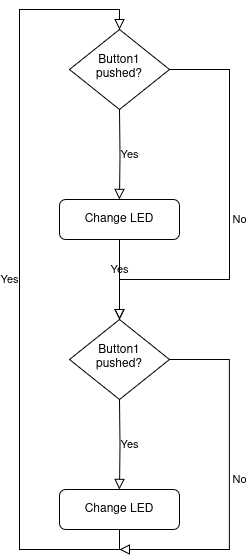
Fv197/arduino keeps this draw.io diagram as flow.png. Above is the earlier version. Source tidied: cells renumbered, new cells last; positions are measured from the earlier drawing's top-left corner, leaving out a move shared by most shapes.
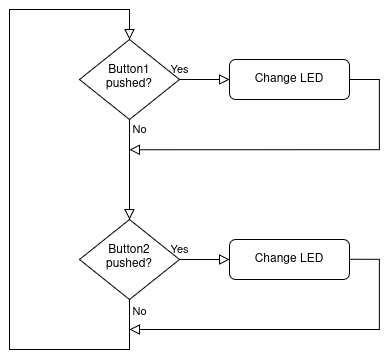
After the commit.

Change to the diagram source:
```diff
@@ -2,62 +2,61 @@
   <root>
     <mxCell id="0" />
     <mxCell id="1" parent="0" />
+    <mxCell id="12" value="No" style="rounded=0;html=1;jettySize=auto;fontSize=11;endArrow=block;endFill=0;endSize=8;strokeWidth=1;shadow=0;labelBackgroundColor=none;edgeStyle=orthogonalEdgeStyle;" parent="1" edge="1" source="2" target="18">
+      <mxGeometry x="-0.8" y="10" relative="1" as="geometry" />
+    </mxCell>
+    <mxCell id="13" value="Yes" style="edgeStyle=orthogonalEdgeStyle;rounded=0;html=1;jettySize=auto;fontSize=11;endArrow=block;endFill=0;endSize=8;strokeWidth=1;shadow=0;labelBackgroundColor=none;" parent="1" edge="1" source="2" target="14">
+      <mxGeometry x="-1" y="10" relative="1" as="geometry" />
+    </mxCell>
     <mxCell id="2" value="Button1 pushed?" style="rhombus;whiteSpace=wrap;html=1;shadow=0;fontFamily=Helvetica;fontSize=12;align=center;strokeWidth=1;spacing=6;spacingTop=-4;" parent="1" vertex="1">
       <mxGeometry x="50" y="20" width="100" height="80" as="geometry" />
     </mxCell>
-    <mxCell id="3" value="Change LED" style="rounded=1;whiteSpace=wrap;html=1;fontSize=12;glass=0;strokeWidth=1;shadow=0;" parent="1" vertex="1">
-      <mxGeometry x="40" y="190" width="120" height="40" as="geometry" />
-    </mxCell>
-    <mxCell id="4" value="Yes" style="edgeStyle=orthogonalEdgeStyle;rounded=0;html=1;jettySize=auto;fontSize=11;endArrow=block;endFill=0;endSize=8;strokeWidth=1;shadow=0;labelBackgroundColor=none;entryX=0.5;entryY=0;entryDx=0;entryDy=0;" parent="1" edge="1" target="3">
-      <mxGeometry y="10" relative="1" as="geometry">
-        <mxPoint x="100" y="100" as="sourcePoint" />
-      </mxGeometry>
-    </mxCell>
-    <mxCell id="5" value="No" style="edgeStyle=orthogonalEdgeStyle;rounded=0;html=1;jettySize=auto;orthogonalLoop=1;fontSize=11;endArrow=block;endFill=0;endSize=8;strokeWidth=1;shadow=0;labelBackgroundColor=none;entryX=0.5;entryY=0;entryDx=0;entryDy=0;" parent="1" edge="1">
-      <mxGeometry y="10" relative="1" as="geometry">
-        <mxPoint x="150" y="60" as="sourcePoint" />
-        <mxPoint x="100" y="310" as="targetPoint" />
-        <Array as="points">
-          <mxPoint x="210" y="60" />
-          <mxPoint x="210" y="270" />
-        </Array>
-      </mxGeometry>
-    </mxCell>
-    <mxCell id="6" value="Yes" style="edgeStyle=orthogonalEdgeStyle;rounded=0;html=1;jettySize=auto;fontSize=11;endArrow=block;endFill=0;endSize=8;strokeWidth=1;shadow=0;labelBackgroundColor=none;exitX=0.5;exitY=1;exitDx=0;exitDy=0;" parent="1" edge="1" source="3">
-      <mxGeometry y="10" relative="1" as="geometry">
-        <mxPoint x="100" y="310" as="targetPoint" />
-      </mxGeometry>
-    </mxCell>
-    <mxCell id="7" value="Button1 pushed?" style="rhombus;whiteSpace=wrap;html=1;shadow=0;fontFamily=Helvetica;fontSize=12;align=center;strokeWidth=1;spacing=6;spacingTop=-4;" parent="1" vertex="1">
-      <mxGeometry x="50" y="310" width="100" height="80" as="geometry" />
-    </mxCell>
-    <mxCell id="8" value="Change LED" style="rounded=1;whiteSpace=wrap;html=1;fontSize=12;glass=0;strokeWidth=1;shadow=0;" parent="1" vertex="1">
-      <mxGeometry x="40" y="480" width="120" height="40" as="geometry" />
-    </mxCell>
-    <mxCell id="9" value="Yes" style="edgeStyle=orthogonalEdgeStyle;rounded=0;html=1;jettySize=auto;fontSize=11;endArrow=block;endFill=0;endSize=8;strokeWidth=1;shadow=0;labelBackgroundColor=none;entryX=0.5;entryY=0;entryDx=0;entryDy=0;" parent="1" edge="1" target="8">
-      <mxGeometry y="10" relative="1" as="geometry">
-        <mxPoint x="100" y="390" as="sourcePoint" />
-      </mxGeometry>
-    </mxCell>
-    <mxCell id="10" value="No" style="edgeStyle=orthogonalEdgeStyle;rounded=0;html=1;jettySize=auto;orthogonalLoop=1;fontSize=11;endArrow=block;endFill=0;endSize=8;strokeWidth=1;shadow=0;labelBackgroundColor=none;" parent="1" edge="1">
-      <mxGeometry y="10" relative="1" as="geometry">
-        <mxPoint x="150" y="350" as="sourcePoint" />
-        <mxPoint x="100" y="540" as="targetPoint" />
-        <Array as="points">
-          <mxPoint x="210" y="350" />
-          <mxPoint x="210" y="540" />
-        </Array>
-      </mxGeometry>
-    </mxCell>
-    <mxCell id="11" value="Yes" style="edgeStyle=orthogonalEdgeStyle;rounded=0;html=1;jettySize=auto;fontSize=11;endArrow=block;endFill=0;endSize=8;strokeWidth=1;shadow=0;labelBackgroundColor=none;exitX=0.5;exitY=1;exitDx=0;exitDy=0;entryX=0.5;entryY=0;entryDx=0;entryDy=0;" parent="1" edge="1" source="8" target="2">
-      <mxGeometry y="10" relative="1" as="geometry">
-        <Array as="points">
-          <mxPoint x="100" y="540" />
-          <mxPoint y="540" />
-          <mxPoint />
-          <mxPoint x="100" />
-        </Array>
-      </mxGeometry>
-    </mxCell>
+    <mxCell id="14" value="Change LED" style="rounded=1;whiteSpace=wrap;html=1;fontSize=12;glass=0;strokeWidth=1;shadow=0;" parent="1" vertex="1">
+      <mxGeometry x="200" y="40" width="120" height="40" as="geometry" />
+    </mxCell>
+    <mxCell id="15" style="rounded=0;html=1;jettySize=auto;fontSize=11;endArrow=block;endFill=0;endSize=8;strokeWidth=1;shadow=0;labelBackgroundColor=none;edgeStyle=orthogonalEdgeStyle;entryX=0.5;entryY=0;entryDx=0;entryDy=0;exitX=0.5;exitY=1;exitDx=0;exitDy=0;" parent="1" edge="1" source="18" target="2">
+      <mxGeometry x="0.33" y="20" relative="1" as="geometry">
+        <Array as="points">
+          <mxPoint x="100" y="330" />
+          <mxPoint x="-20" y="330" />
+          <mxPoint x="-20" y="-10" />
+          <mxPoint x="100" y="-10" />
+        </Array>
+      </mxGeometry>
+    </mxCell>
+    <mxCell id="16" value="&lt;div&gt;No&lt;/div&gt;" style="edgeLabel;html=1;align=center;verticalAlign=middle;" parent="15" vertex="1">
+      <mxGeometry x="-0.88" y="1" relative="1" as="geometry">
+        <mxPoint x="9" y="-26" as="offset" />
+      </mxGeometry>
+    </mxCell>
+    <mxCell id="17" value="Yes" style="edgeStyle=orthogonalEdgeStyle;rounded=0;html=1;jettySize=auto;fontSize=11;endArrow=block;endFill=0;endSize=8;strokeWidth=1;shadow=0;labelBackgroundColor=none;" parent="1" edge="1" source="18" target="19">
+      <mxGeometry x="-1" y="10" relative="1" as="geometry" />
+    </mxCell>
+    <mxCell id="18" value="Button2 pushed?" style="rhombus;whiteSpace=wrap;html=1;shadow=0;fontFamily=Helvetica;fontSize=12;align=center;strokeWidth=1;spacing=6;spacingTop=-4;" parent="1" vertex="1">
+      <mxGeometry x="50" y="200" width="100" height="80" as="geometry" />
+    </mxCell>
+    <mxCell id="19" value="Change LED" style="rounded=1;whiteSpace=wrap;html=1;fontSize=12;glass=0;strokeWidth=1;shadow=0;" parent="1" vertex="1">
+      <mxGeometry x="200" y="220" width="120" height="40" as="geometry" />
+    </mxCell>
+    <mxCell id="20" style="edgeStyle=orthogonalEdgeStyle;rounded=0;html=1;jettySize=auto;orthogonalLoop=1;fontSize=11;endArrow=block;endFill=0;endSize=8;strokeWidth=1;shadow=0;labelBackgroundColor=none;" parent="1" edge="1">
+      <mxGeometry x="-1" y="10" relative="1" as="geometry">
+        <mxPoint x="320" y="239.8" as="sourcePoint" />
+        <mxPoint x="100" y="310" as="targetPoint" />
+        <Array as="points">
+          <mxPoint x="350" y="240" />
+          <mxPoint x="350" y="310" />
+        </Array>
+      </mxGeometry>
+    </mxCell>
+    <mxCell id="21" style="edgeStyle=orthogonalEdgeStyle;rounded=0;html=1;jettySize=auto;orthogonalLoop=1;fontSize=11;endArrow=block;endFill=0;endSize=8;strokeWidth=1;shadow=0;labelBackgroundColor=none;" parent="1" edge="1">
+      <mxGeometry x="-1" y="10" relative="1" as="geometry">
+        <mxPoint x="320" y="60" as="sourcePoint" />
+        <mxPoint x="100" y="130.2" as="targetPoint" />
+        <Array as="points">
+          <mxPoint x="350" y="60.2" />
+          <mxPoint x="350" y="130.2" />
+        </Array>
+      </mxGeometry>
+    </mxCell>
   </root>
 </mxGraphModel>
```
